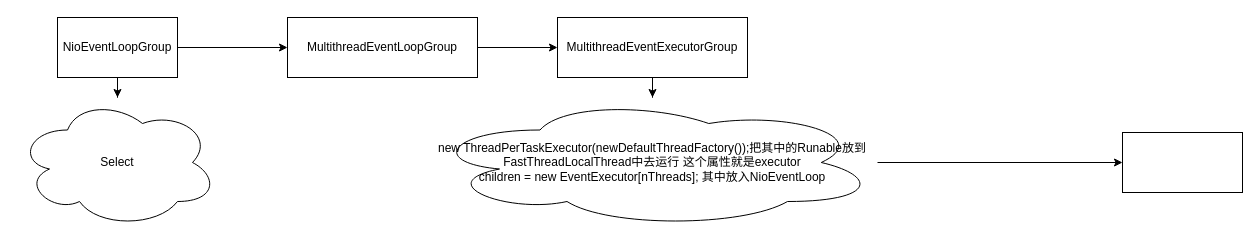
Earlier version of the draw.io diagram Netty.drawio (echohawkOuyang/NiceToMeetYou). Source tidied: cells renumbered, new cells numbered last; positions are measured from the earlier drawing's top-left corner, leaving out a move shared by most shapes. Both pictures are drawn from the tidied source at 100%, with x=0, y=0 at pixel (17, 17).
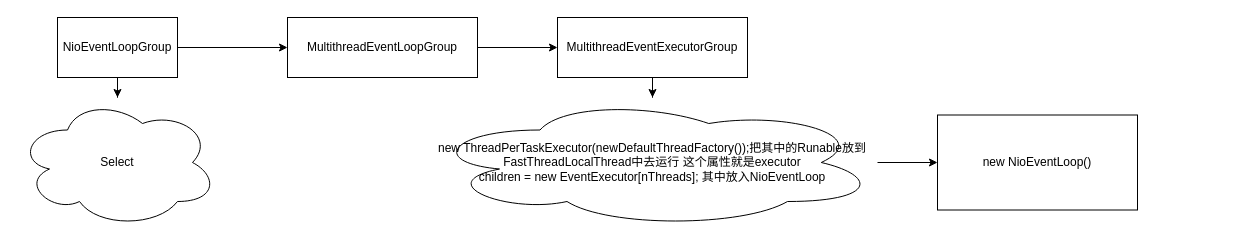
The same diagram, later.

What changed in the source:
```diff
@@
 <mxGraphModel>
   <root>
     <mxCell id="0" />
     <mxCell id="1" parent="0" />
     <mxCell id="2" style="edgeStyle=orthogonalEdgeStyle;rounded=0;jettySize=auto;html=1;" parent="1" edge="1" source="4" target="5">
       <mxGeometry relative="1" as="geometry" />
     </mxCell>
     <mxCell id="3" style="edgeStyle=orthogonalEdgeStyle;rounded=0;jettySize=auto;html=1;" parent="1" edge="1" source="4" target="7">
       <mxGeometry relative="1" as="geometry" />
     </mxCell>
     <mxCell id="4" value="NioEventLoopGroup" style="rounded=0;whiteSpace=wrap;html=1;" parent="1" vertex="1">
       <mxGeometry x="40" width="120" height="60" as="geometry" />
     </mxCell>
     <mxCell id="5" value="Select" style="ellipse;shape=cloud;whiteSpace=wrap;html=1;rounded=0;" parent="1" vertex="1">
       <mxGeometry y="80" width="200" height="130" as="geometry" />
     </mxCell>
     <mxCell id="6" style="edgeStyle=orthogonalEdgeStyle;rounded=0;jettySize=auto;html=1;" parent="1" edge="1" source="7" target="9">
       <mxGeometry relative="1" as="geometry" />
     </mxCell>
     <mxCell id="7" value="MultithreadEventLoopGroup" style="rounded=0;whiteSpace=wrap;html=1;" parent="1" vertex="1">
       <mxGeometry x="270" width="190" height="60" as="geometry" />
     </mxCell>
     <mxCell id="8" style="edgeStyle=orthogonalEdgeStyle;rounded=0;jettySize=auto;html=1;" parent="1" edge="1" source="9" target="11">
       <mxGeometry relative="1" as="geometry" />
     </mxCell>
     <mxCell id="9" value="MultithreadEventExecutorGroup" style="rounded=0;whiteSpace=wrap;html=1;" parent="1" vertex="1">
       <mxGeometry x="540" width="190" height="60" as="geometry" />
     </mxCell>
     <mxCell id="10" style="edgeStyle=orthogonalEdgeStyle;rounded=0;jettySize=auto;html=1;" parent="1" edge="1" source="11" target="12">
       <mxGeometry relative="1" as="geometry" />
     </mxCell>
     <mxCell id="11" value="new ThreadPerTaskExecutor(newDefaultThreadFactory());把其中的Runable放到FastThreadLocalThread中去运行 这个属性就是executor&lt;br&gt;children = new EventExecutor[nThreads]; 其中放入NioEventLoop" style="ellipse;shape=cloud;whiteSpace=wrap;html=1;rounded=0;" parent="1" vertex="1">
       <mxGeometry x="410" y="80" width="450" height="130" as="geometry" />
     </mxCell>
-    <mxCell id="12" style="whiteSpace=wrap;html=1;rounded=0;" parent="1" vertex="1">
-      <mxGeometry x="1105" y="115" width="120" height="60" as="geometry" />
+    <mxCell id="12" value="new NioEventLoop()" style="whiteSpace=wrap;html=1;rounded=0;" parent="1" vertex="1">
+      <mxGeometry x="920" y="97.5" width="200" height="95" as="geometry" />
     </mxCell>
   </root>
 </mxGraphModel>
```
